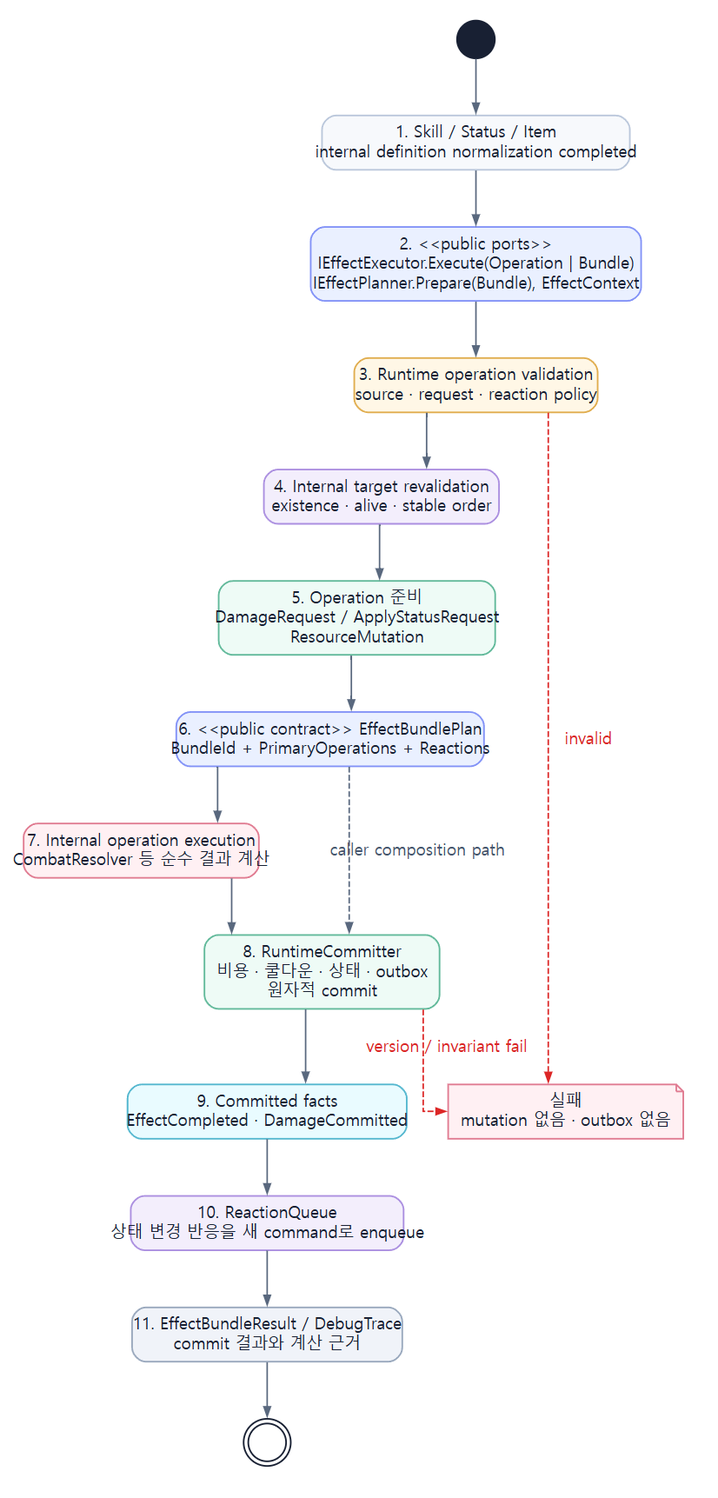
Earlier version of the Graphviz export assets/diagrams/11_effect_execution_sequence_diagram.png (JY-LemongO/game-system-framework-knowledge-site). Its source is kept beside it as source/diagrams/11_effect_execution_sequence_diagram.dot.
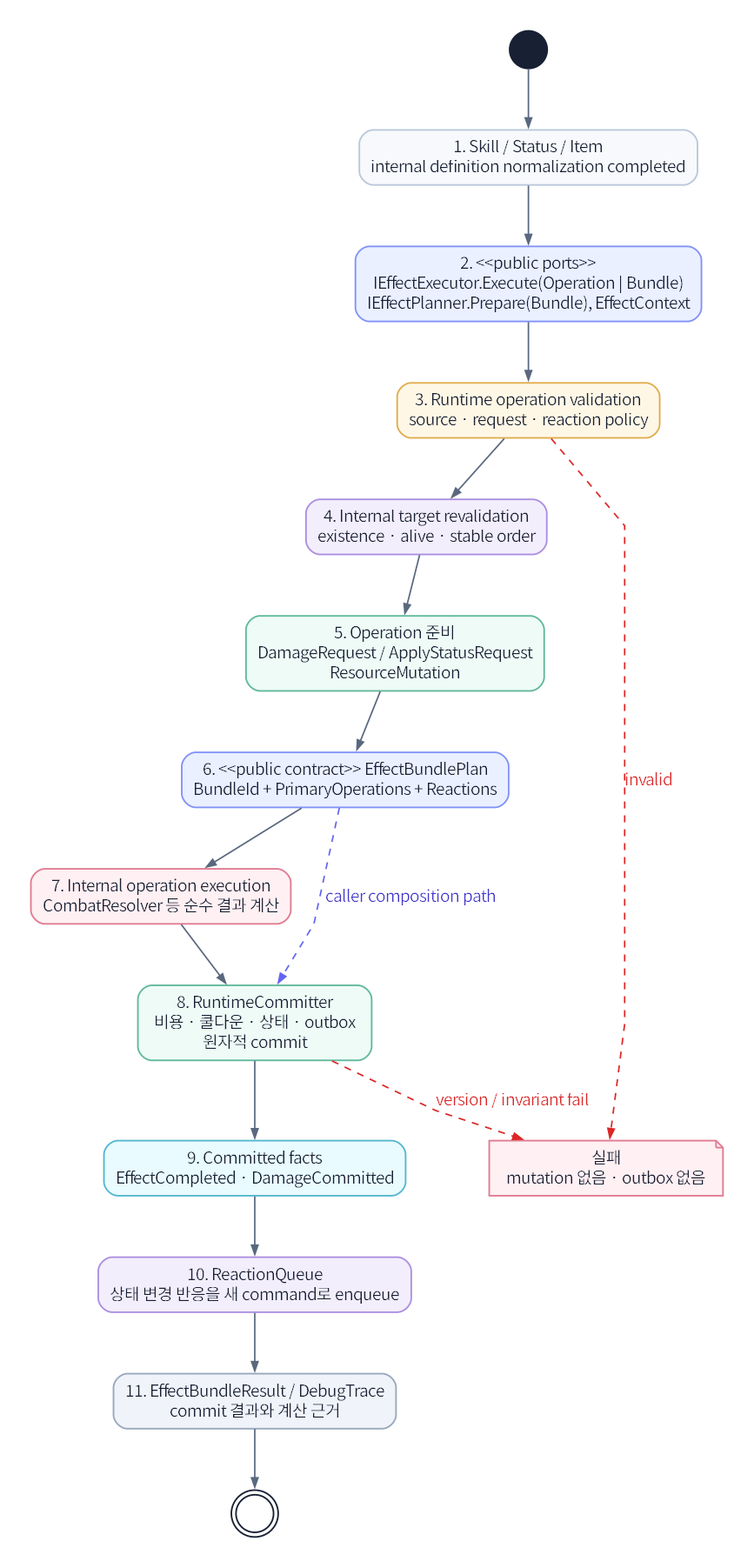
After the commit.

The edit, as a diff of the source:
```diff
@@ -1,9 +1,9 @@
 digraph G {
-  graph [fontname="Noto Sans CJK KR", bgcolor="#ffffff", margin=0.12, pad=0.25, ranksep=0.65, nodesep=0.48];
-  node [fontname="Noto Sans CJK KR", shape=box, style="rounded,filled", color="#bac7db", penwidth=1.4, fillcolor="#ffffff", fontcolor="#182033", margin="0.14,0.09"];
-  edge [fontname="Noto Sans CJK KR", color="#59687e", fontcolor="#46566e", arrowsize=0.8, penwidth=1.3];
+  graph [fontname="Noto Sans KR", bgcolor="#ffffff", margin=0.12, pad=0.25, ranksep=0.72, nodesep=0.56];
+  node [fontname="Noto Sans KR", shape=box, style="rounded,filled", color="#bac7db", penwidth=1.4, fillcolor="#ffffff", fontcolor="#182033", margin="0.14,0.09"];
+  edge [fontname="Noto Sans KR", color="#59687e", fontcolor="#46566e", arrowsize=0.8, penwidth=1.3];
   rankdir=TB;
-  splines=ortho;
+  splines=polyline;
   node [shape=box, style="rounded,filled", width=2.8, height=0.45];
 
   start [shape=circle, label="", width=0.22, fillcolor="#182033", color="#182033"];
@@ -22,7 +22,7 @@
   end [shape=doublecircle, label="", width=0.28, fillcolor="#ffffff", color="#182033"];
 
   start -> Caller -> Request -> Validate -> Target -> Prepare -> Plan -> Resolve -> Commit -> Facts -> Queue -> Result -> end;
-  Plan -> Commit [label="caller composition path", style=dashed];
+  Plan -> Commit [label="caller composition path", style=dashed, color="#6366f1", fontcolor="#4338ca", constraint=false];
   Validate -> Reject [label="invalid", style=dashed, color="#dc2626", fontcolor="#dc2626"];
   Commit -> Reject [label="version / invariant fail", style=dashed, color="#dc2626", fontcolor="#dc2626"];
 }
```
